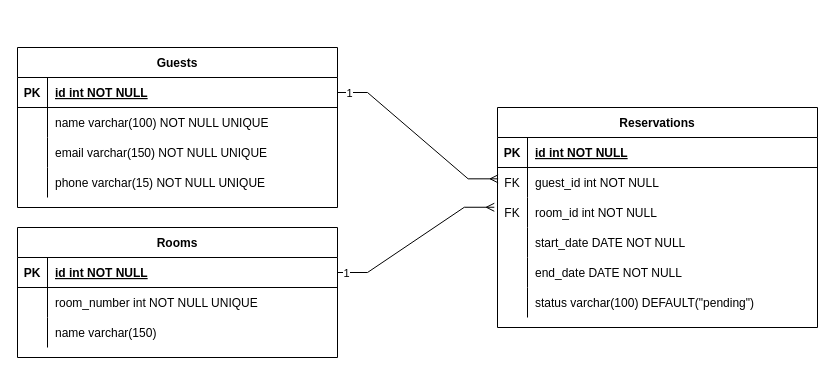
This is docs/HMS.drawio from Abdullah-Arab/HMS, a draw.io file, before an edit. Source tidied: cells renumbered, new cells numbered last; positions are measured from the earlier drawing's top-left corner, leaving out a move shared by most shapes. Both pictures are drawn from the tidied source at 100%, with x=0, y=0 at pixel (17, 47).
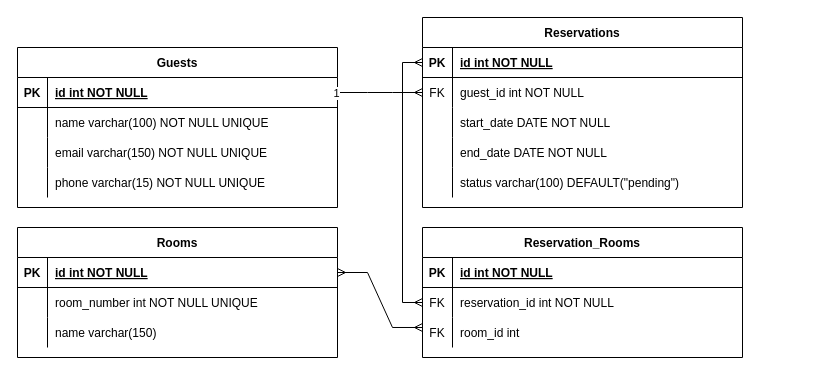
The same diagram, later.

Commit message (it also covers changes not shown here):
Update SDD to enhance structure, add UI wireframes section, and include detailed technology stack information

Unchanged cells that the change refers to:
```xml
<mxCell id="3" style="shape=partialRectangle;fillColor=none;points=[[0,0.5],[1,0.5]];portConstraint=eastwest;top=0;left=0;right=0;bottom=1;" parent="2" vertex="1">
  <mxGeometry y="30" width="320" height="30" as="geometry" />
</mxCell>
<mxCell id="16" style="shape=partialRectangle;fillColor=none;points=[[0,0.5],[1,0.5]];portConstraint=eastwest;top=0;left=0;right=0;bottom=1;" parent="15" vertex="1">
  <mxGeometry y="30" width="320" height="30" as="geometry" />
</mxCell>
<mxCell id="26" style="shape=partialRectangle;fillColor=none;points=[[0,0.5],[1,0.5]];portConstraint=eastwest;top=0;left=0;right=0;bottom=1;" parent="25" vertex="1">
  <mxGeometry y="30" width="320" height="30" as="geometry" />
</mxCell>
<mxCell id="29" style="shape=partialRectangle;fillColor=none;points=[[0,0.5],[1,0.5]];portConstraint=eastwest;top=0;left=0;right=0;bottom=0;" parent="25" vertex="1">
  <mxGeometry y="60" width="320" height="30" as="geometry" />
</mxCell>
```

Change to the diagram source:
```diff
@@
     <mxCell id="25" value="Reservations" style="shape=table;startSize=30;childLayout=tableLayout;rowLines=0;fontStyle=1;align=center;" parent="1" vertex="1">
-      <mxGeometry x="480" y="60" width="320" height="220" as="geometry" />
+      <mxGeometry x="405" y="-30" width="320" height="190" as="geometry" />
     </mxCell>
@@
-    <mxCell id="32" style="shape=partialRectangle;fillColor=none;points=[[0,0.5],[1,0.5]];portConstraint=eastwest;top=0;left=0;right=0;bottom=0;" parent="25" vertex="1">
-      <mxGeometry y="90" width="320" height="30" as="geometry" />
-    </mxCell>
-    <mxCell id="33" value="FK" style="shape=partialRectangle;overflow=hidden;fillColor=none;top=0;left=0;bottom=0;right=0;" parent="32" vertex="1">
-      <mxGeometry width="30" height="30" as="geometry" />
-    </mxCell>
-    <mxCell id="34" value="room_id int NOT NULL" style="shape=partialRectangle;overflow=hidden;fillColor=none;top=0;left=0;bottom=0;right=0;align=left;spacingLeft=6;" parent="32" vertex="1">
-      <mxGeometry x="30" width="290" height="30" as="geometry" />
-    </mxCell>
     <mxCell id="35" style="shape=partialRectangle;fillColor=none;top=0;left=0;right=0;bottom=0;" parent="25" vertex="1">
-      <mxGeometry y="120" width="320" height="30" as="geometry" />
+      <mxGeometry y="90" width="320" height="30" as="geometry" />
     </mxCell>
@@
     <mxCell id="38" style="shape=partialRectangle;fillColor=none;top=0;left=0;right=0;bottom=0;" parent="25" vertex="1">
-      <mxGeometry y="150" width="320" height="30" as="geometry" />
+      <mxGeometry y="120" width="320" height="30" as="geometry" />
     </mxCell>
@@
     <mxCell id="41" style="shape=partialRectangle;fillColor=none;top=0;left=0;right=0;bottom=0;" parent="25" vertex="1">
-      <mxGeometry y="180" width="320" height="30" as="geometry" />
+      <mxGeometry y="150" width="320" height="30" as="geometry" />
     </mxCell>
@@
-    <mxCell id="44" style="edgeStyle=entityRelationEdgeStyle;fontSize=12;html=1;endArrow=ERmany;rounded=0;entryX=0.002;entryY=0.378;entryDx=0;entryDy=0;entryPerimeter=0;" parent="1" edge="1" source="3" target="29">
-      <mxGeometry relative="1" as="geometry" />
+    <mxCell id="44" style="edgeStyle=entityRelationEdgeStyle;fontSize=12;html=1;endArrow=ERmany;rounded=0;" parent="1" edge="1" source="3" target="29">
+      <mxGeometry relative="1" as="geometry">
+        <Array as="points">
+          <mxPoint x="565" y="20" />
+        </Array>
+      </mxGeometry>
     </mxCell>
@@
-    <mxCell id="46" style="edgeStyle=entityRelationEdgeStyle;fontSize=12;html=1;endArrow=ERmany;rounded=0;entryX=-0.01;entryY=0.325;entryDx=0;entryDy=0;entryPerimeter=0;exitX=1;exitY=0.5;exitDx=0;exitDy=0;" parent="1" edge="1" source="16" target="32">
-      <mxGeometry relative="1" as="geometry" />
-    </mxCell>
-    <mxCell id="47" value="1" style="edgeLabel;html=1;align=center;verticalAlign=middle;" parent="46" vertex="1">
-      <mxGeometry x="-0.76" y="-1" relative="1" as="geometry">
-        <mxPoint x="-13" y="-1" as="offset" />
-      </mxGeometry>
-    </mxCell>
+    <mxCell id="48" value="Reservation_Rooms" style="shape=table;startSize=30;childLayout=tableLayout;rowLines=0;fontStyle=1;align=center;" parent="1" vertex="1">
+      <mxGeometry x="405" y="180" width="320" height="130" as="geometry" />
+    </mxCell>
+    <mxCell id="49" style="shape=partialRectangle;fillColor=none;top=0;left=0;right=0;bottom=1;" parent="48" vertex="1">
+      <mxGeometry y="30" width="320" height="30" as="geometry" />
+    </mxCell>
+    <mxCell id="50" value="PK" style="shape=partialRectangle;overflow=hidden;fillColor=none;top=0;left=0;bottom=0;right=0;fontStyle=1;" parent="49" vertex="1">
+      <mxGeometry width="30" height="30" as="geometry" />
+    </mxCell>
+    <mxCell id="51" value="id int NOT NULL " style="shape=partialRectangle;overflow=hidden;fillColor=none;top=0;left=0;bottom=0;right=0;align=left;spacingLeft=6;fontStyle=5;" parent="49" vertex="1">
+      <mxGeometry x="30" width="290" height="30" as="geometry" />
+    </mxCell>
+    <mxCell id="52" style="shape=partialRectangle;fillColor=none;points=[[0,0.5],[1,0.5]];portConstraint=eastwest;top=0;left=0;right=0;bottom=0;" parent="48" vertex="1">
+      <mxGeometry y="60" width="320" height="30" as="geometry" />
+    </mxCell>
+    <mxCell id="53" value="FK" style="shape=partialRectangle;overflow=hidden;fillColor=none;top=0;left=0;bottom=0;right=0;" parent="52" vertex="1">
+      <mxGeometry width="30" height="30" as="geometry" />
+    </mxCell>
+    <mxCell id="54" value="reservation_id int NOT NULL" style="shape=partialRectangle;overflow=hidden;fillColor=none;top=0;left=0;bottom=0;right=0;align=left;spacingLeft=6;" parent="52" vertex="1">
+      <mxGeometry x="30" width="290" height="30" as="geometry" />
+    </mxCell>
+    <mxCell id="32" style="shape=partialRectangle;fillColor=none;points=[[0,0.5],[1,0.5]];portConstraint=eastwest;top=0;left=0;right=0;bottom=0;" parent="48" vertex="1">
+      <mxGeometry y="90" width="320" height="30" as="geometry" />
+    </mxCell>
+    <mxCell id="55" value="FK" style="shape=partialRectangle;overflow=hidden;fillColor=none;top=0;left=0;bottom=0;right=0;" parent="32" vertex="1">
+      <mxGeometry width="30" height="30" as="geometry" />
+    </mxCell>
+    <mxCell id="56" value="room_id int" style="shape=partialRectangle;overflow=hidden;fillColor=none;top=0;left=0;bottom=0;right=0;align=left;spacingLeft=6;" parent="32" vertex="1">
+      <mxGeometry x="30" width="290" height="30" as="geometry" />
+    </mxCell>
+    <mxCell id="57" style="edgeStyle=entityRelationEdgeStyle;fontSize=12;html=1;endArrow=ERmany;startArrow=ERmany;rounded=0;entryX=1;entryY=0.5;entryDx=0;entryDy=0;exitX=0;exitY=0.333;exitDx=0;exitDy=0;exitPerimeter=0;" parent="1" edge="1" source="32" target="16">
+      <mxGeometry relative="1" as="geometry" />
+    </mxCell>
+    <mxCell id="58" style="edgeStyle=orthogonalEdgeStyle;rounded=0;jettySize=auto;html=1;entryX=0;entryY=0.5;entryDx=0;entryDy=0;endArrow=ERmany;endFill=0;startArrow=ERmany;startFill=0;" parent="1" edge="1" source="52" target="26">
+      <mxGeometry relative="1" as="geometry" />
+    </mxCell>
```
